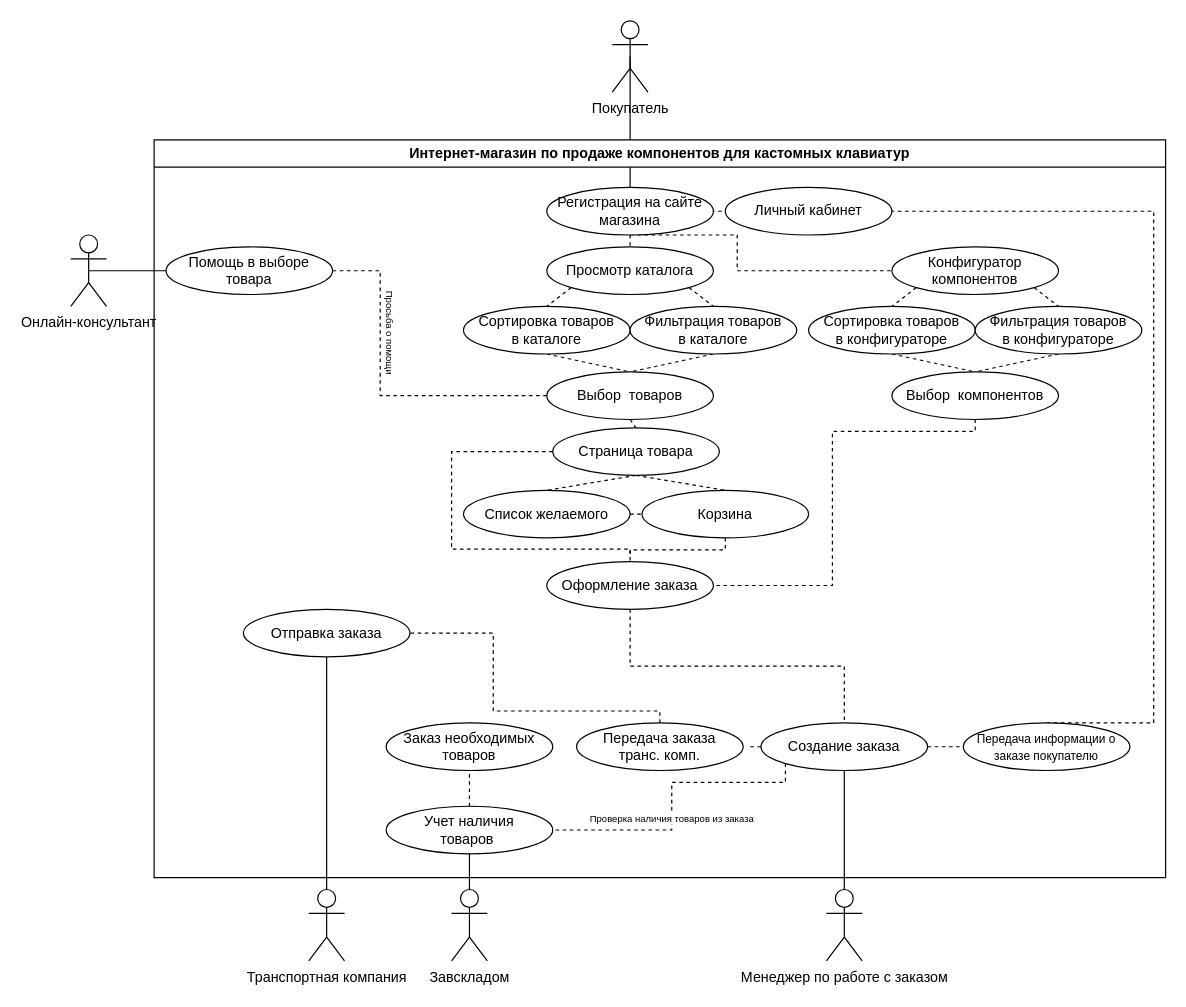
The draw.io diagram лаб 1.drawio in arn1ee/-1, before the edit. Source tidied: cells renumbered, new cells numbered last; positions are measured from the earlier drawing's top-left corner, leaving out a move shared by most shapes. Both pictures are drawn from the tidied source at 119%, with x=0, y=0 at pixel (70, 20).
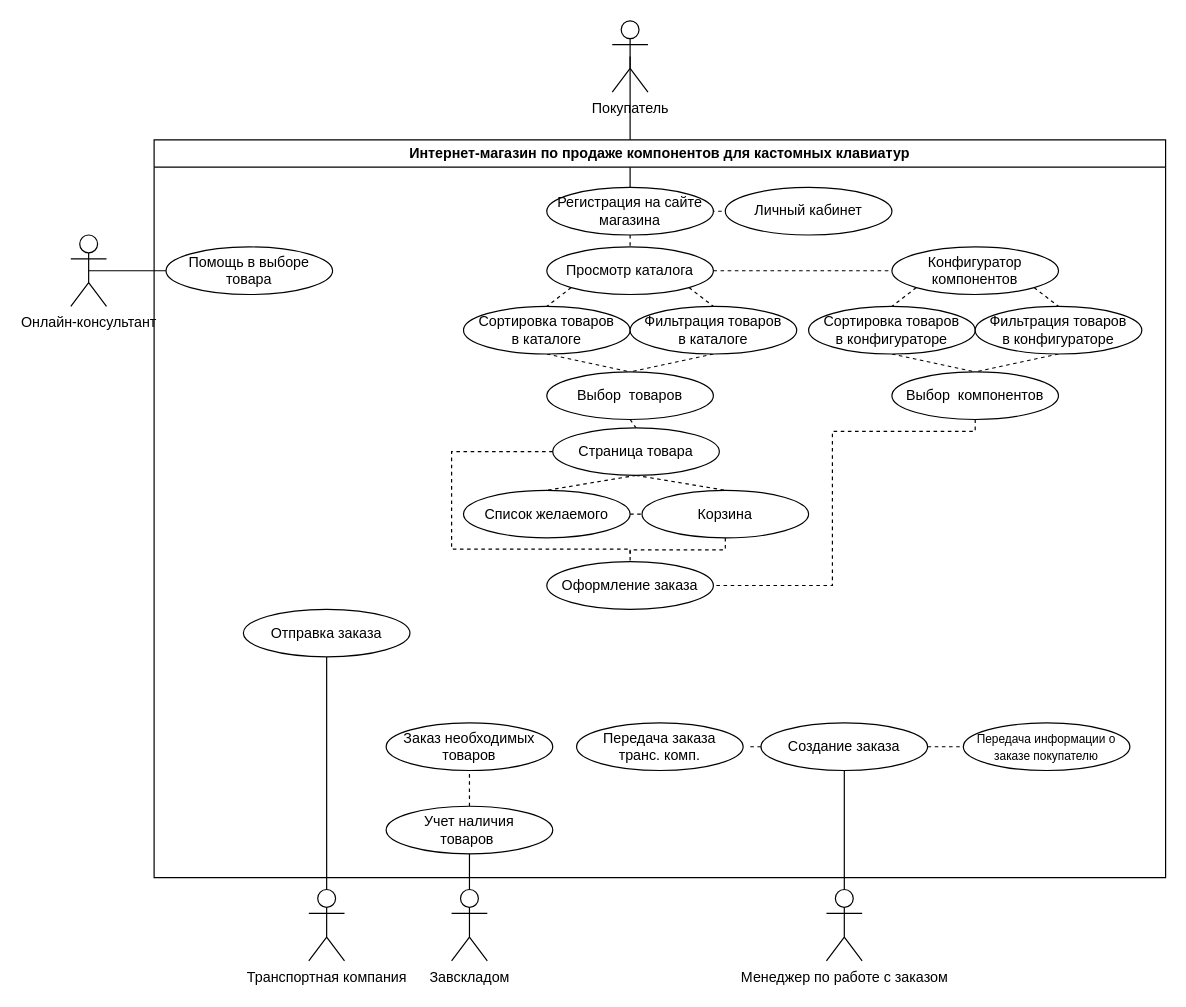
The same diagram, later.

Unchanged cells that the change refers to:
```xml
<mxCell id="6" value="Интернет-магазин по продаже компонентов для кастомных клавиатур" style="swimlane;whiteSpace=wrap;html=1;" parent="1" vertex="1">
  <mxGeometry x="70" y="100" width="850" height="620" as="geometry" />
</mxCell>
<mxCell id="7" value="Помощь в выборе&lt;br&gt;товара" style="ellipse;whiteSpace=wrap;html=1;" parent="6" vertex="1">
  <mxGeometry x="10" y="90" width="140" height="40" as="geometry" />
</mxCell>
<mxCell id="10" value="Просмотр каталога" style="ellipse;whiteSpace=wrap;html=1;" parent="6" vertex="1">
  <mxGeometry x="330" y="90" width="140" height="40" as="geometry" />
</mxCell>
<mxCell id="13" value="Выбор&amp;nbsp; товаров" style="ellipse;whiteSpace=wrap;html=1;" parent="6" vertex="1">
  <mxGeometry x="330" y="195" width="140" height="40" as="geometry" />
</mxCell>
<mxCell id="21" value="Регистрация на сайте магазина" style="ellipse;whiteSpace=wrap;html=1;" parent="6" vertex="1">
  <mxGeometry x="330" y="40" width="140" height="40" as="geometry" />
</mxCell>
<mxCell id="22" value="Личный кабинет" style="ellipse;whiteSpace=wrap;html=1;" parent="6" vertex="1">
  <mxGeometry x="480" y="40" width="140" height="40" as="geometry" />
</mxCell>
<mxCell id="30" value="Создание заказа" style="ellipse;whiteSpace=wrap;html=1;" parent="6" vertex="1">
  <mxGeometry x="510" y="490" width="140" height="40" as="geometry" />
</mxCell>
<mxCell id="32" value="&lt;font style=&quot;font-size: 10px;&quot;&gt;Передача информации о заказе покупателю&lt;/font&gt;" style="ellipse;whiteSpace=wrap;html=1;" parent="6" vertex="1">
  <mxGeometry x="680" y="490" width="140" height="40" as="geometry" />
</mxCell>
<mxCell id="38" value="Оформление заказа" style="ellipse;whiteSpace=wrap;html=1;" parent="6" vertex="1">
  <mxGeometry x="330" y="354.5" width="140" height="40" as="geometry" />
</mxCell>
<mxCell id="39" value="Конфигуратор компонентов" style="ellipse;whiteSpace=wrap;html=1;" parent="6" vertex="1">
  <mxGeometry x="620" y="90" width="140" height="40" as="geometry" />
</mxCell>
<mxCell id="49" value="&lt;font style=&quot;font-size: 12px;&quot;&gt;Учет наличия&lt;br&gt;товаров&amp;nbsp;&lt;/font&gt;" style="ellipse;whiteSpace=wrap;html=1;" parent="6" vertex="1">
  <mxGeometry x="195" y="560" width="140" height="40" as="geometry" />
</mxCell>
<mxCell id="51" value="Отправка заказа" style="ellipse;whiteSpace=wrap;html=1;" parent="6" vertex="1">
  <mxGeometry x="75" y="394.5" width="140" height="40" as="geometry" />
</mxCell>
<mxCell id="54" value="Передача заказа&lt;br&gt;транс. комп." style="ellipse;whiteSpace=wrap;html=1;" parent="6" vertex="1">
  <mxGeometry x="355" y="490" width="140" height="40" as="geometry" />
</mxCell>
```

Diff of the diagram source:
```diff
@@
-    <mxCell id="20" style="edgeStyle=orthogonalEdgeStyle;rounded=0;jettySize=auto;html=1;exitX=0.5;exitY=1;exitDx=0;exitDy=0;entryX=0;entryY=0.5;entryDx=0;entryDy=0;dashed=1;fontSize=8;endArrow=none;endFill=0;" parent="6" edge="1" source="21" target="39">
+    <mxCell id="20" style="edgeStyle=orthogonalEdgeStyle;rounded=0;jettySize=auto;html=1;exitX=1;exitY=0.5;exitDx=0;exitDy=0;entryX=0;entryY=0.5;entryDx=0;entryDy=0;dashed=1;fontSize=8;endArrow=none;endFill=0;" parent="6" edge="1" source="10" target="39">
       <mxGeometry relative="1" as="geometry">
         <Array as="points">
-          <mxPoint x="490" y="80" />
-          <mxPoint x="490" y="110" />
+          <mxPoint x="480" y="110" />
+          <mxPoint x="480" y="110" />
         </Array>
       </mxGeometry>
     </mxCell>
@@
-    <mxCell id="27" style="edgeStyle=orthogonalEdgeStyle;rounded=0;jettySize=auto;html=1;exitX=0;exitY=1;exitDx=0;exitDy=0;entryX=1;entryY=0.5;entryDx=0;entryDy=0;fontSize=8;endArrow=none;endFill=0;dashed=1;" parent="6" edge="1" source="30" target="49">
-      <mxGeometry relative="1" as="geometry">
-        <Array as="points">
-          <mxPoint x="531" y="540" />
-          <mxPoint x="435" y="540" />
-          <mxPoint x="435" y="580" />
-        </Array>
-      </mxGeometry>
-    </mxCell>
-    <mxCell id="28" value="Проверка наличия товаров из заказа" style="edgeLabel;html=1;align=center;verticalAlign=middle;fontSize=8;" parent="27" vertex="1">
-      <mxGeometry x="0.39" y="2" relative="1" as="geometry">
-        <mxPoint x="23" y="-12" as="offset" />
-      </mxGeometry>
-    </mxCell>
@@
-    <mxCell id="31" style="edgeStyle=orthogonalEdgeStyle;rounded=0;jettySize=auto;html=1;exitX=0.5;exitY=0;exitDx=0;exitDy=0;entryX=1;entryY=0.5;entryDx=0;entryDy=0;dashed=1;fontSize=12;endArrow=none;endFill=0;" parent="6" edge="1" source="32" target="22">
-      <mxGeometry relative="1" as="geometry">
-        <Array as="points">
-          <mxPoint x="750" y="490" />
-          <mxPoint x="840" y="490" />
-          <mxPoint x="840" y="60" />
-        </Array>
-      </mxGeometry>
-    </mxCell>
@@
-    <mxCell id="35" style="edgeStyle=orthogonalEdgeStyle;rounded=0;jettySize=auto;html=1;exitX=0;exitY=0.5;exitDx=0;exitDy=0;dashed=1;endArrow=none;endFill=0;entryX=1;entryY=0.5;entryDx=0;entryDy=0;" parent="6" edge="1" source="13" target="7">
-      <mxGeometry relative="1" as="geometry">
-        <Array as="points">
-          <mxPoint x="190" y="215" />
-          <mxPoint x="190" y="110" />
-        </Array>
-      </mxGeometry>
-    </mxCell>
-    <mxCell id="36" value="&lt;font style=&quot;font-size: 8px;&quot;&gt;Просьба о помощи&lt;/font&gt;" style="edgeLabel;html=1;align=center;verticalAlign=middle;rotation=90;" parent="35" vertex="1">
-      <mxGeometry x="0.18" y="1" relative="1" as="geometry">
-        <mxPoint x="11" y="-26" as="offset" />
-      </mxGeometry>
-    </mxCell>
-    <mxCell id="37" style="edgeStyle=orthogonalEdgeStyle;rounded=0;jettySize=auto;html=1;exitX=0.5;exitY=1;exitDx=0;exitDy=0;entryX=0.5;entryY=0;entryDx=0;entryDy=0;dashed=1;fontSize=8;endArrow=none;endFill=0;" parent="6" edge="1" source="38" target="30">
-      <mxGeometry relative="1" as="geometry" />
-    </mxCell>
@@
-    <mxCell id="53" style="edgeStyle=orthogonalEdgeStyle;rounded=0;jettySize=auto;html=1;exitX=0.5;exitY=0;exitDx=0;exitDy=0;entryX=1;entryY=0.5;entryDx=0;entryDy=0;dashed=1;fontSize=12;endArrow=none;endFill=0;" parent="6" edge="1" source="54" target="51">
-      <mxGeometry relative="1" as="geometry">
-        <Array as="points">
-          <mxPoint x="425" y="480" />
-          <mxPoint x="285" y="480" />
-          <mxPoint x="285" y="414" />
-        </Array>
-      </mxGeometry>
-    </mxCell>
```
